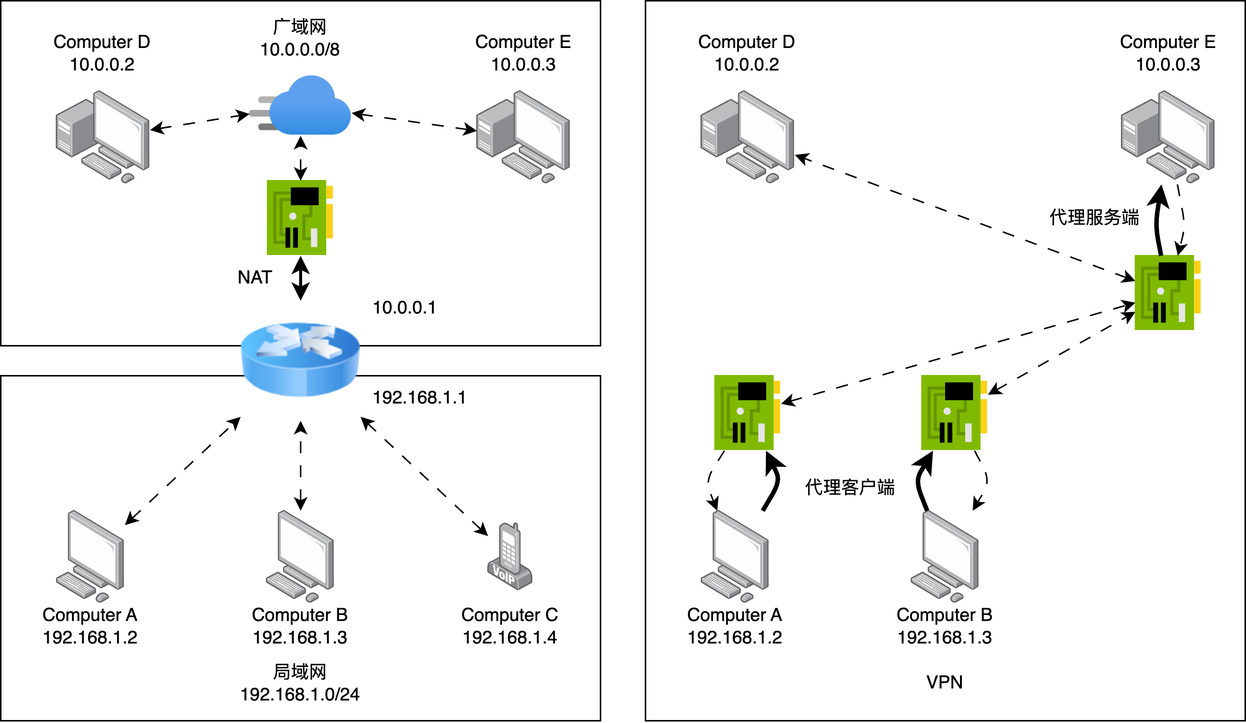
Before: proxy_pos.png, a diagram exported from draw.io (N2Sys-EDU/Lab3-Documentation). Source tidied: cells renumbered, new cells last; positions are measured from the earlier drawing's top-left corner, leaving out a move shared by most shapes.
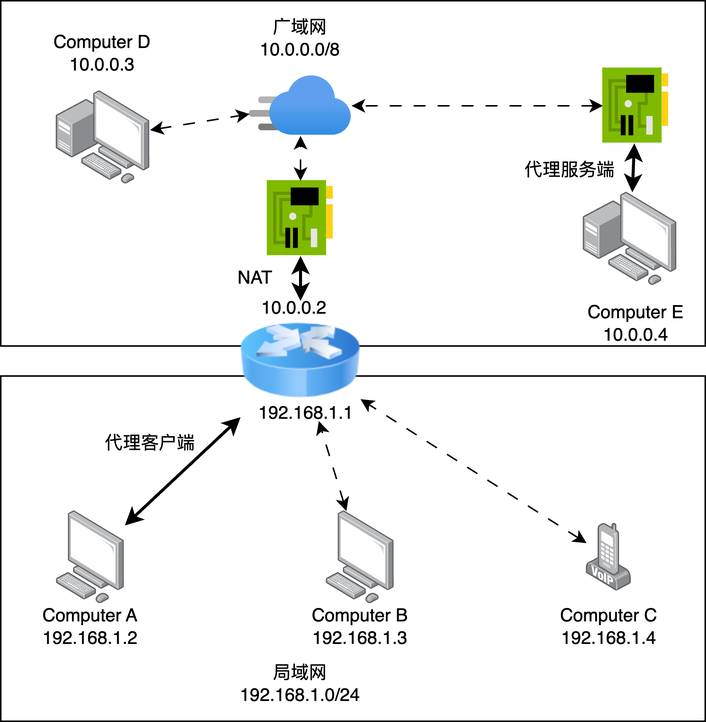
Later version of the same file.

Diff of the diagram source:
```diff
@@ -2,107 +2,11 @@
   <root>
     <mxCell id="0" />
     <mxCell id="1" parent="0" />
-    <mxCell id="2" style="rounded=0;whiteSpace=wrap;html=1;" parent="1" vertex="1">
-      <mxGeometry x="430" width="400" height="480" as="geometry" />
-    </mxCell>
-    <mxCell id="3" style="points=[];html=1;align=center;shadow=0;dashed=0;image;image=img/lib/allied_telesis/computer_and_terminals/Personal_Computer.svg;" parent="1" vertex="1">
-      <mxGeometry x="467.2" y="340" width="45.6" height="61.8" as="geometry" />
-    </mxCell>
-    <mxCell id="4" style="points=[];html=1;align=center;shadow=0;dashed=0;image;image=img/lib/allied_telesis/computer_and_terminals/Personal_Computer.svg;" parent="1" vertex="1">
-      <mxGeometry x="607.2" y="340" width="45.6" height="61.8" as="geometry" />
-    </mxCell>
-    <mxCell id="5" value="Computer A&lt;br&gt;192.168.1.2" style="text;html=1;strokeColor=none;fillColor=none;align=center;verticalAlign=middle;whiteSpace=wrap;rounded=0;" parent="1" vertex="1">
-      <mxGeometry x="450" y="401.8" width="80" height="30" as="geometry" />
-    </mxCell>
-    <mxCell id="6" value="Computer B&lt;br&gt;192.168.1.3" style="text;html=1;strokeColor=none;fillColor=none;align=center;verticalAlign=middle;whiteSpace=wrap;rounded=0;" parent="1" vertex="1">
-      <mxGeometry x="590" y="401.8" width="80" height="30" as="geometry" />
-    </mxCell>
-    <mxCell id="7" style="endArrow=classic;startArrow=classic;html=1;dashed=1;dashPattern=8 8;" parent="1" edge="1" source="19" target="15">
-      <mxGeometry relative="1" as="geometry" />
-    </mxCell>
-    <mxCell id="8" style="endArrow=classic;startArrow=classic;html=1;dashed=1;dashPattern=8 8;" parent="1" edge="1" source="20" target="15">
-      <mxGeometry relative="1" as="geometry" />
-    </mxCell>
-    <mxCell id="9" style="points=[];html=1;align=center;shadow=0;dashed=0;image;image=img/lib/allied_telesis/computer_and_terminals/Personal_Computer_with_Server.svg;" parent="1" vertex="1">
-      <mxGeometry x="467.2" y="60" width="62.4" height="62.4" as="geometry" />
-    </mxCell>
-    <mxCell id="10" style="points=[];html=1;align=center;shadow=0;dashed=0;image;image=img/lib/allied_telesis/computer_and_terminals/Personal_Computer_with_Server.svg;" parent="1" vertex="1">
-      <mxGeometry x="747.6" y="60" width="62.4" height="62.4" as="geometry" />
-    </mxCell>
-    <mxCell id="11" style="endArrow=classic;startArrow=classic;html=1;dashed=1;dashPattern=8 8;" parent="1" edge="1" source="15" target="9">
-      <mxGeometry relative="1" as="geometry" />
-    </mxCell>
-    <mxCell id="12" value="Computer D&lt;br&gt;10.0.0.2" style="text;html=1;strokeColor=none;fillColor=none;align=center;verticalAlign=middle;whiteSpace=wrap;rounded=0;" parent="1" vertex="1">
-      <mxGeometry x="463.4" y="20" width="70" height="30" as="geometry" />
-    </mxCell>
-    <mxCell id="13" value="Computer E&lt;br&gt;10.0.0.3" style="text;html=1;strokeColor=none;fillColor=none;align=center;verticalAlign=middle;whiteSpace=wrap;rounded=0;" parent="1" vertex="1">
-      <mxGeometry x="743.8" y="20" width="70" height="30" as="geometry" />
-    </mxCell>
-    <mxCell id="14" value="VPN" style="text;html=1;strokeColor=none;fillColor=none;align=center;verticalAlign=middle;whiteSpace=wrap;rounded=0;" parent="1" vertex="1">
-      <mxGeometry x="600" y="440" width="60" height="30" as="geometry" />
-    </mxCell>
-    <mxCell id="15" style="sketch=0;html=1;points=[];align=center;image;fontSize=12;image=img/lib/mscae/NetworkInterfaceCard.svg;" parent="1" vertex="1">
-      <mxGeometry x="756.8" y="170" width="44" height="50" as="geometry" />
-    </mxCell>
-    <mxCell id="16" style="endArrow=classic;html=1;strokeWidth=3;" parent="1" edge="1" source="15" target="10">
-      <mxGeometry relative="1" as="geometry">
-        <Array as="points">
-          <mxPoint x="770" y="150" />
-        </Array>
-      </mxGeometry>
-    </mxCell>
-    <mxCell id="17" style="endArrow=classic;html=1;dashed=1;dashPattern=8 8;" parent="1" edge="1" source="10" target="15">
-      <mxGeometry relative="1" as="geometry">
-        <Array as="points">
-          <mxPoint x="790" y="150" />
-        </Array>
-      </mxGeometry>
-    </mxCell>
-    <mxCell id="18" value="代理服务端" style="text;html=1;strokeColor=none;fillColor=none;align=center;verticalAlign=middle;whiteSpace=wrap;rounded=0;" parent="1" vertex="1">
-      <mxGeometry x="690" y="130" width="80" height="30" as="geometry" />
-    </mxCell>
-    <mxCell id="19" style="sketch=0;html=1;points=[];align=center;image;fontSize=12;image=img/lib/mscae/NetworkInterfaceCard.svg;" parent="1" vertex="1">
-      <mxGeometry x="476.4" y="250" width="44" height="50" as="geometry" />
-    </mxCell>
-    <mxCell id="20" style="sketch=0;html=1;points=[];align=center;image;fontSize=12;image=img/lib/mscae/NetworkInterfaceCard.svg;" parent="1" vertex="1">
-      <mxGeometry x="614.4" y="250" width="44" height="50" as="geometry" />
-    </mxCell>
-    <mxCell id="21" style="endArrow=classic;html=1;dashed=1;dashPattern=8 8;" parent="1" edge="1" source="20" target="4">
-      <mxGeometry relative="1" as="geometry">
-        <Array as="points">
-          <mxPoint x="660" y="320" />
-        </Array>
-      </mxGeometry>
-    </mxCell>
-    <mxCell id="22" style="endArrow=classic;html=1;strokeWidth=3;" parent="1" edge="1" source="4" target="20">
-      <mxGeometry relative="1" as="geometry">
-        <Array as="points">
-          <mxPoint x="610" y="320" />
-        </Array>
-      </mxGeometry>
-    </mxCell>
-    <mxCell id="23" style="endArrow=classic;html=1;strokeWidth=3;" parent="1" edge="1" source="3" target="19">
-      <mxGeometry relative="1" as="geometry">
-        <Array as="points">
-          <mxPoint x="520" y="320" />
-        </Array>
-      </mxGeometry>
-    </mxCell>
-    <mxCell id="24" style="endArrow=classic;html=1;dashed=1;dashPattern=8 8;" parent="1" edge="1" source="19" target="3">
-      <mxGeometry relative="1" as="geometry">
-        <Array as="points">
-          <mxPoint x="470" y="320" />
-        </Array>
-      </mxGeometry>
-    </mxCell>
-    <mxCell id="25" value="代理客户端" style="text;html=1;strokeColor=none;fillColor=none;align=center;verticalAlign=middle;whiteSpace=wrap;rounded=0;" parent="1" vertex="1">
-      <mxGeometry x="527.2" y="310" width="80" height="30" as="geometry" />
-    </mxCell>
     <mxCell id="26" style="rounded=0;whiteSpace=wrap;html=1;" parent="1" vertex="1">
-      <mxGeometry width="400" height="230" as="geometry" />
+      <mxGeometry width="470" height="230" as="geometry" />
     </mxCell>
     <mxCell id="27" style="rounded=0;whiteSpace=wrap;html=1;" parent="1" vertex="1">
-      <mxGeometry y="250" width="400" height="230" as="geometry" />
+      <mxGeometry y="250" width="470" height="230" as="geometry" />
     </mxCell>
     <mxCell id="28" style="image;html=1;image=img/lib/clip_art/networking/Router_Icon_128x128.png;" parent="1" vertex="1">
       <mxGeometry x="160" y="200" width="80" height="80" as="geometry" />
@@ -111,25 +15,25 @@
       <mxGeometry x="37.2" y="340" width="45.6" height="61.8" as="geometry" />
     </mxCell>
     <mxCell id="30" style="points=[];html=1;align=center;shadow=0;dashed=0;image;image=img/lib/allied_telesis/computer_and_terminals/VOIP_IP_phone.svg;" parent="1" vertex="1">
-      <mxGeometry x="325" y="348.1" width="30" height="45.6" as="geometry" />
+      <mxGeometry x="390.8" y="348.1" width="30" height="45.6" as="geometry" />
     </mxCell>
     <mxCell id="31" style="points=[];html=1;align=center;shadow=0;dashed=0;image;image=img/lib/allied_telesis/computer_and_terminals/Personal_Computer.svg;" parent="1" vertex="1">
-      <mxGeometry x="177.2" y="340" width="45.6" height="61.8" as="geometry" />
+      <mxGeometry x="217.2" y="340" width="45.6" height="61.8" as="geometry" />
     </mxCell>
     <mxCell id="32" value="Computer A&lt;br&gt;192.168.1.2" style="text;html=1;strokeColor=none;fillColor=none;align=center;verticalAlign=middle;whiteSpace=wrap;rounded=0;" parent="1" vertex="1">
       <mxGeometry x="20" y="401.8" width="80" height="30" as="geometry" />
     </mxCell>
     <mxCell id="33" value="192.168.1.1" style="text;html=1;strokeColor=none;fillColor=none;align=center;verticalAlign=middle;whiteSpace=wrap;rounded=0;" parent="1" vertex="1">
-      <mxGeometry x="250" y="250" width="60" height="30" as="geometry" />
+      <mxGeometry x="174" y="260" width="60" height="30" as="geometry" />
     </mxCell>
-    <mxCell id="34" value="10.0.0.1" style="text;html=1;strokeColor=none;fillColor=none;align=center;verticalAlign=middle;whiteSpace=wrap;rounded=0;" parent="1" vertex="1">
-      <mxGeometry x="240" y="190" width="60" height="30" as="geometry" />
+    <mxCell id="34" value="10.0.0.2" style="text;html=1;strokeColor=none;fillColor=none;align=center;verticalAlign=middle;whiteSpace=wrap;rounded=0;" parent="1" vertex="1">
+      <mxGeometry x="166" y="190" width="60" height="30" as="geometry" />
     </mxCell>
     <mxCell id="35" value="Computer B&lt;br&gt;192.168.1.3" style="text;html=1;strokeColor=none;fillColor=none;align=center;verticalAlign=middle;whiteSpace=wrap;rounded=0;" parent="1" vertex="1">
-      <mxGeometry x="160" y="401.8" width="80" height="30" as="geometry" />
+      <mxGeometry x="200" y="401.8" width="80" height="30" as="geometry" />
     </mxCell>
     <mxCell id="36" value="Computer C&lt;br&gt;192.168.1.4" style="text;html=1;strokeColor=none;fillColor=none;align=center;verticalAlign=middle;whiteSpace=wrap;rounded=0;" parent="1" vertex="1">
-      <mxGeometry x="300" y="401.8" width="80" height="30" as="geometry" />
+      <mxGeometry x="365.8" y="401.8" width="80" height="30" as="geometry" />
     </mxCell>
     <mxCell id="37" value="局域网&lt;br&gt;192.168.1.0/24" style="text;html=1;strokeColor=none;fillColor=none;align=center;verticalAlign=middle;whiteSpace=wrap;rounded=0;" parent="1" vertex="1">
       <mxGeometry x="170" y="440" width="60" height="30" as="geometry" />
@@ -140,7 +44,7 @@
     <mxCell id="39" style="html=1;points=[];align=center;image;fontSize=12;image=img/lib/azure2/networking/CDN_Profiles.svg;" parent="1" vertex="1">
       <mxGeometry x="166" y="50" width="68" height="40" as="geometry" />
     </mxCell>
-    <mxCell id="40" style="endArrow=classic;startArrow=classic;html=1;dashed=1;dashPattern=8 8;" parent="1" edge="1" source="29" target="28">
+    <mxCell id="40" style="endArrow=classic;startArrow=classic;html=1;strokeWidth=2;" parent="1" edge="1" source="29" target="28">
       <mxGeometry relative="1" as="geometry" />
     </mxCell>
     <mxCell id="41" style="endArrow=classic;startArrow=classic;html=1;dashed=1;dashPattern=8 8;" parent="1" edge="1" source="31" target="28">
@@ -153,19 +57,19 @@
       <mxGeometry x="37.2" y="60" width="62.4" height="62.4" as="geometry" />
     </mxCell>
     <mxCell id="44" style="points=[];html=1;align=center;shadow=0;dashed=0;image;image=img/lib/allied_telesis/computer_and_terminals/Personal_Computer_with_Server.svg;" parent="1" vertex="1">
-      <mxGeometry x="317.6" y="60" width="62.4" height="62.4" as="geometry" />
+      <mxGeometry x="388.8" y="127.6" width="62.4" height="62.4" as="geometry" />
     </mxCell>
-    <mxCell id="45" style="endArrow=classic;startArrow=classic;html=1;dashed=1;dashPattern=8 8;" parent="1" edge="1" source="44" target="39">
+    <mxCell id="45" style="endArrow=classic;startArrow=classic;html=1;dashed=1;dashPattern=8 8;" parent="1" edge="1" source="15" target="39">
       <mxGeometry relative="1" as="geometry" />
     </mxCell>
     <mxCell id="46" style="endArrow=classic;startArrow=classic;html=1;dashed=1;dashPattern=8 8;" parent="1" edge="1" source="43" target="39">
       <mxGeometry relative="1" as="geometry" />
     </mxCell>
-    <mxCell id="47" value="Computer D&lt;br&gt;10.0.0.2" style="text;html=1;strokeColor=none;fillColor=none;align=center;verticalAlign=middle;whiteSpace=wrap;rounded=0;" parent="1" vertex="1">
+    <mxCell id="47" value="Computer D&lt;br&gt;10.0.0.3" style="text;html=1;strokeColor=none;fillColor=none;align=center;verticalAlign=middle;whiteSpace=wrap;rounded=0;" parent="1" vertex="1">
       <mxGeometry x="33.4" y="20" width="70" height="30" as="geometry" />
     </mxCell>
-    <mxCell id="48" value="Computer E&lt;br&gt;10.0.0.3" style="text;html=1;strokeColor=none;fillColor=none;align=center;verticalAlign=middle;whiteSpace=wrap;rounded=0;" parent="1" vertex="1">
-      <mxGeometry x="313.8" y="20" width="70" height="30" as="geometry" />
+    <mxCell id="48" value="Computer E&lt;br&gt;10.0.0.4" style="text;html=1;strokeColor=none;fillColor=none;align=center;verticalAlign=middle;whiteSpace=wrap;rounded=0;" parent="1" vertex="1">
+      <mxGeometry x="388.8" y="200" width="70" height="30" as="geometry" />
     </mxCell>
     <mxCell id="49" style="sketch=0;html=1;points=[];align=center;image;fontSize=12;image=img/lib/mscae/NetworkInterfaceCard.svg;" parent="1" vertex="1">
       <mxGeometry x="178" y="120" width="44" height="50" as="geometry" />
@@ -179,5 +83,17 @@
     <mxCell id="52" value="NAT" style="text;html=1;strokeColor=none;fillColor=none;align=center;verticalAlign=middle;whiteSpace=wrap;rounded=0;" parent="1" vertex="1">
       <mxGeometry x="140" y="170" width="60" height="30" as="geometry" />
     </mxCell>
+    <mxCell id="25" value="代理客户端" style="text;html=1;strokeColor=none;fillColor=none;align=center;verticalAlign=middle;whiteSpace=wrap;rounded=0;" parent="1" vertex="1">
+      <mxGeometry x="60" y="280" width="80" height="30" as="geometry" />
+    </mxCell>
+    <mxCell id="15" style="sketch=0;html=1;points=[];align=center;image;fontSize=12;image=img/lib/mscae/NetworkInterfaceCard.svg;" parent="1" vertex="1">
+      <mxGeometry x="401.8" y="45" width="44" height="50" as="geometry" />
+    </mxCell>
+    <mxCell id="18" value="代理服务端" style="text;html=1;strokeColor=none;fillColor=none;align=center;verticalAlign=middle;whiteSpace=wrap;rounded=0;" parent="1" vertex="1">
+      <mxGeometry x="340" y="97.6" width="80" height="30" as="geometry" />
+    </mxCell>
+    <mxCell id="53" style="endArrow=classic;startArrow=classic;html=1;strokeWidth=2;" parent="1" edge="1" source="44" target="15">
+      <mxGeometry relative="1" as="geometry" />
+    </mxCell>
   </root>
 </mxGraphModel>
```
